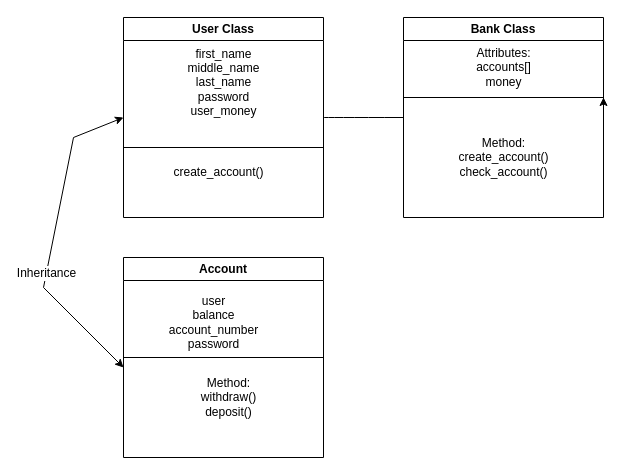
L2530L/Bank_System keeps this draw.io diagram as Bank.drawio.xml. Above is the earlier version. Source tidied: cells renumbered, new cells numbered last; positions are measured from the earlier drawing's top-left corner, leaving out a move shared by most shapes. Both pictures are drawn from the tidied source at 100%, with x=0, y=0 at pixel (43, 17).
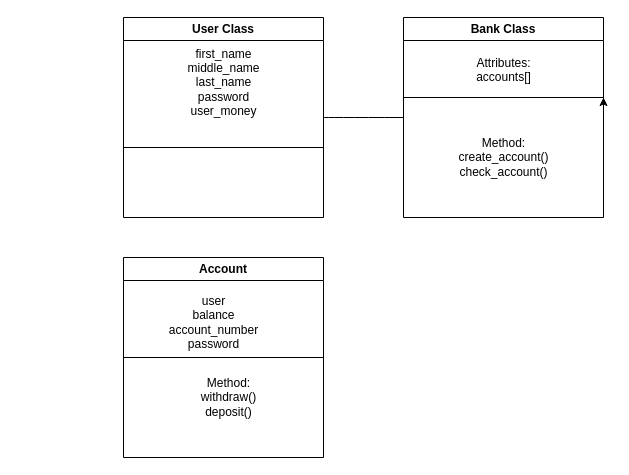
After the change.

The change refers to these unchanged cells:
```xml
<mxCell id="2" value="User Class" style="swimlane;whiteSpace=wrap;html=1;" parent="1" vertex="1">
  <mxGeometry x="80" width="200" height="200" as="geometry" />
</mxCell>
<mxCell id="6" value="Bank Class" style="swimlane;whiteSpace=wrap;html=1;" parent="1" vertex="1">
  <mxGeometry x="360" width="200" height="200" as="geometry" />
</mxCell>
```

The edit, as a diff of the source:
```diff
@@
-    <mxCell id="4" value="create_account()" style="text;html=1;align=center;verticalAlign=middle;strokeColor=none;fillColor=none;" parent="2" vertex="1">
-      <mxGeometry x="40" y="140" width="110" height="30" as="geometry" />
-    </mxCell>
@@
-    <mxCell id="7" value="&lt;div&gt;Attributes:&lt;/div&gt;&lt;div&gt;accounts[]&lt;/div&gt;&lt;div&gt;money&lt;/div&gt;" style="text;html=1;align=center;verticalAlign=middle;strokeColor=none;fillColor=none;" parent="6" vertex="1">
-      <mxGeometry x="60" y="20" width="80" height="60" as="geometry" />
+    <mxCell id="7" value="&lt;div&gt;Attributes:&lt;/div&gt;&lt;div&gt;accounts[]&lt;/div&gt;&lt;div&gt;&lt;br&gt;&lt;/div&gt;" style="text;html=1;align=center;verticalAlign=middle;strokeColor=none;fillColor=none;" parent="6" vertex="1">
+      <mxGeometry x="60" y="30" width="80" height="60" as="geometry" />
     </mxCell>
@@
-    <mxCell id="12" style="endArrow=classic;startArrow=classic;html=1;rounded=0;entryX=0;entryY=0.5;entryDx=0;entryDy=0;" parent="1" edge="1" target="2">
-      <mxGeometry relative="1" as="geometry">
-        <mxPoint x="80" y="350" as="sourcePoint" />
-        <Array as="points">
-          <mxPoint y="270" />
-          <mxPoint x="30" y="120" />
-        </Array>
-      </mxGeometry>
-    </mxCell>
-    <mxCell id="13" value="Inheritance" style="edgeLabel;html=1;align=center;verticalAlign=middle;fontSize=12;" parent="12" vertex="1">
-      <mxGeometry x="-0.2" relative="1" as="geometry" />
-    </mxCell>
```
